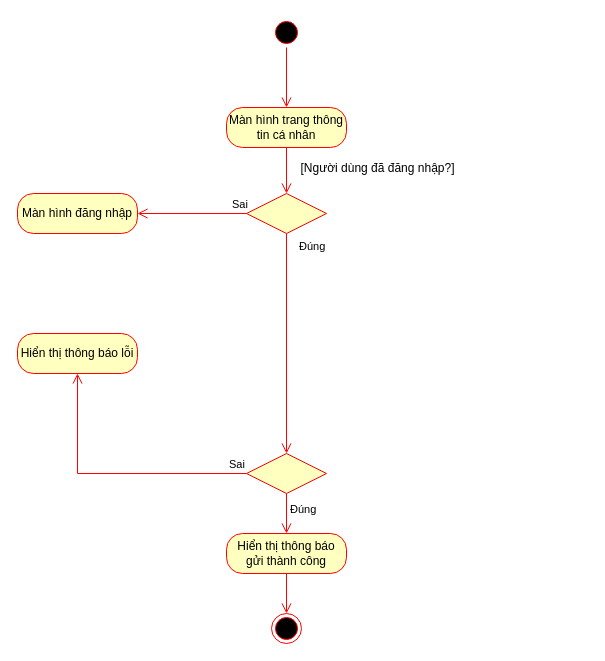
Above: SAD Diagrams/profile_activity_diagram.drawio in hvt299/do_an_co_so_2 (draw.io), before the change. Source tidied: cells renumbered, new cells numbered last; positions are measured from the earlier drawing's top-left corner, leaving out a move shared by most shapes. Both pictures are drawn from the tidied source at 100%, with x=0, y=0 at pixel (17, 17).
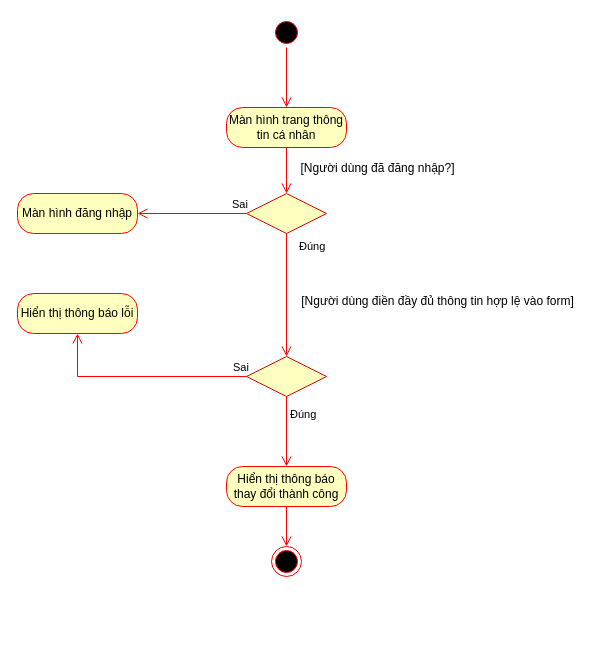
After the change.

Commit message (it also covers changes not shown here):
Sửa: Login&Signup, Thêm: Profile, Contact

Diff of the diagram source:
```diff
@@
 <mxGraphModel>
   <root>
     <mxCell id="0" />
     <mxCell id="1" parent="0" />
     <mxCell id="2" style="ellipse;html=1;shape=startState;fillColor=#000000;strokeColor=#ff0000;" parent="1" vertex="1">
       <mxGeometry x="254" width="30" height="30" as="geometry" />
     </mxCell>
     <mxCell id="3" style="edgeStyle=orthogonalEdgeStyle;html=1;verticalAlign=bottom;endArrow=open;endSize=8;strokeColor=#ff0000;rounded=0;entryX=0.5;entryY=0;entryDx=0;entryDy=0;" parent="1" edge="1" source="2" target="4">
       <mxGeometry relative="1" as="geometry" />
     </mxCell>
     <mxCell id="4" value="Màn hình trang thông tin cá nhân" style="rounded=1;whiteSpace=wrap;html=1;arcSize=40;fontColor=#000000;fillColor=#ffffc0;strokeColor=#ff0000;" parent="1" vertex="1">
       <mxGeometry x="209" y="90" width="120" height="40" as="geometry" />
     </mxCell>
     <mxCell id="5" style="edgeStyle=orthogonalEdgeStyle;html=1;verticalAlign=bottom;endArrow=open;endSize=8;strokeColor=#ff0000;rounded=0;entryX=0.5;entryY=0;entryDx=0;entryDy=0;" parent="1" edge="1" source="4" target="8">
       <mxGeometry relative="1" as="geometry" />
     </mxCell>
     <mxCell id="6" style="ellipse;html=1;shape=endState;fillColor=#000000;strokeColor=#ff0000;" parent="1" vertex="1">
-      <mxGeometry x="254" y="596" width="30" height="30" as="geometry" />
+      <mxGeometry x="254" y="529" width="30" height="30" as="geometry" />
     </mxCell>
     <mxCell id="7" value="Hiển thị thông báo lỗi" style="rounded=1;whiteSpace=wrap;html=1;arcSize=40;fontColor=#000000;fillColor=#ffffc0;strokeColor=#ff0000;" parent="1" vertex="1">
-      <mxGeometry y="316" width="120" height="40" as="geometry" />
+      <mxGeometry y="276" width="120" height="40" as="geometry" />
     </mxCell>
     <mxCell id="8" style="rhombus;whiteSpace=wrap;html=1;fontColor=#000000;fillColor=#ffffc0;strokeColor=#ff0000;" parent="1" vertex="1">
       <mxGeometry x="229" y="176" width="80" height="40" as="geometry" />
     </mxCell>
     <mxCell id="9" value="Sai" style="edgeStyle=orthogonalEdgeStyle;html=1;align=left;verticalAlign=bottom;endArrow=open;endSize=8;strokeColor=#ff0000;rounded=0;exitX=0;exitY=0.5;exitDx=0;exitDy=0;entryX=1;entryY=0.5;entryDx=0;entryDy=0;" parent="1" edge="1" source="8" target="12">
       <mxGeometry x="-0.71" relative="1" as="geometry" />
     </mxCell>
     <mxCell id="10" value="Đúng" style="edgeStyle=orthogonalEdgeStyle;html=1;align=left;verticalAlign=top;endArrow=open;endSize=8;strokeColor=#ff0000;rounded=0;exitX=0.5;exitY=1;exitDx=0;exitDy=0;entryX=0.5;entryY=0;entryDx=0;entryDy=0;" parent="1" edge="1" source="8" target="13">
       <mxGeometry x="-1" y="11" relative="1" as="geometry" />
     </mxCell>
     <mxCell id="11" value="[Người dùng đã đăng nhập?]" style="text;html=1;align=center;verticalAlign=middle;strokeColor=none;fillColor=none;" parent="1" vertex="1">
       <mxGeometry x="270" y="136" width="180" height="30" as="geometry" />
     </mxCell>
     <mxCell id="12" value="Màn hình đăng nhập" style="rounded=1;whiteSpace=wrap;html=1;arcSize=40;fontColor=#000000;fillColor=#ffffc0;strokeColor=#ff0000;" parent="1" vertex="1">
       <mxGeometry y="176" width="120" height="40" as="geometry" />
     </mxCell>
     <mxCell id="13" style="rhombus;whiteSpace=wrap;html=1;fontColor=#000000;fillColor=#ffffc0;strokeColor=#ff0000;" parent="1" vertex="1">
-      <mxGeometry x="229" y="436" width="80" height="40" as="geometry" />
+      <mxGeometry x="229" y="339" width="80" height="40" as="geometry" />
     </mxCell>
     <mxCell id="14" value="Sai" style="edgeStyle=orthogonalEdgeStyle;html=1;align=left;verticalAlign=bottom;endArrow=open;endSize=8;strokeColor=#ff0000;rounded=0;entryX=0.5;entryY=1;entryDx=0;entryDy=0;" parent="1" edge="1" source="13" target="7">
       <mxGeometry x="-0.86" relative="1" as="geometry" />
     </mxCell>
     <mxCell id="15" value="Đúng" style="edgeStyle=orthogonalEdgeStyle;html=1;align=left;verticalAlign=top;endArrow=open;endSize=8;strokeColor=#ff0000;rounded=0;exitX=0.5;exitY=1;exitDx=0;exitDy=0;entryX=0.5;entryY=0;entryDx=0;entryDy=0;" parent="1" edge="1" source="13" target="16">
       <mxGeometry x="-0.85" y="2" relative="1" as="geometry" />
     </mxCell>
-    <mxCell id="16" value="Hiển thị thông báo gửi thành công" style="rounded=1;whiteSpace=wrap;html=1;arcSize=40;fontColor=#000000;fillColor=#ffffc0;strokeColor=#ff0000;" parent="1" vertex="1">
-      <mxGeometry x="209" y="516" width="120" height="40" as="geometry" />
+    <mxCell id="16" value="Hiển thị thông báo thay đổi thành công" style="rounded=1;whiteSpace=wrap;html=1;arcSize=40;fontColor=#000000;fillColor=#ffffc0;strokeColor=#ff0000;" parent="1" vertex="1">
+      <mxGeometry x="209" y="449" width="120" height="40" as="geometry" />
     </mxCell>
     <mxCell id="17" style="edgeStyle=orthogonalEdgeStyle;html=1;verticalAlign=bottom;endArrow=open;endSize=8;strokeColor=#ff0000;rounded=0;entryX=0.5;entryY=0;entryDx=0;entryDy=0;" parent="1" edge="1" source="16" target="6">
       <mxGeometry relative="1" as="geometry" />
     </mxCell>
+    <mxCell id="18" value="[Người dùng điền đầy đủ thông tin hợp lệ vào form]" style="text;html=1;align=center;verticalAlign=middle;strokeColor=none;fillColor=none;" parent="1" vertex="1">
+      <mxGeometry x="270" y="269" width="300" height="30" as="geometry" />
+    </mxCell>
   </root>
 </mxGraphModel>
```
